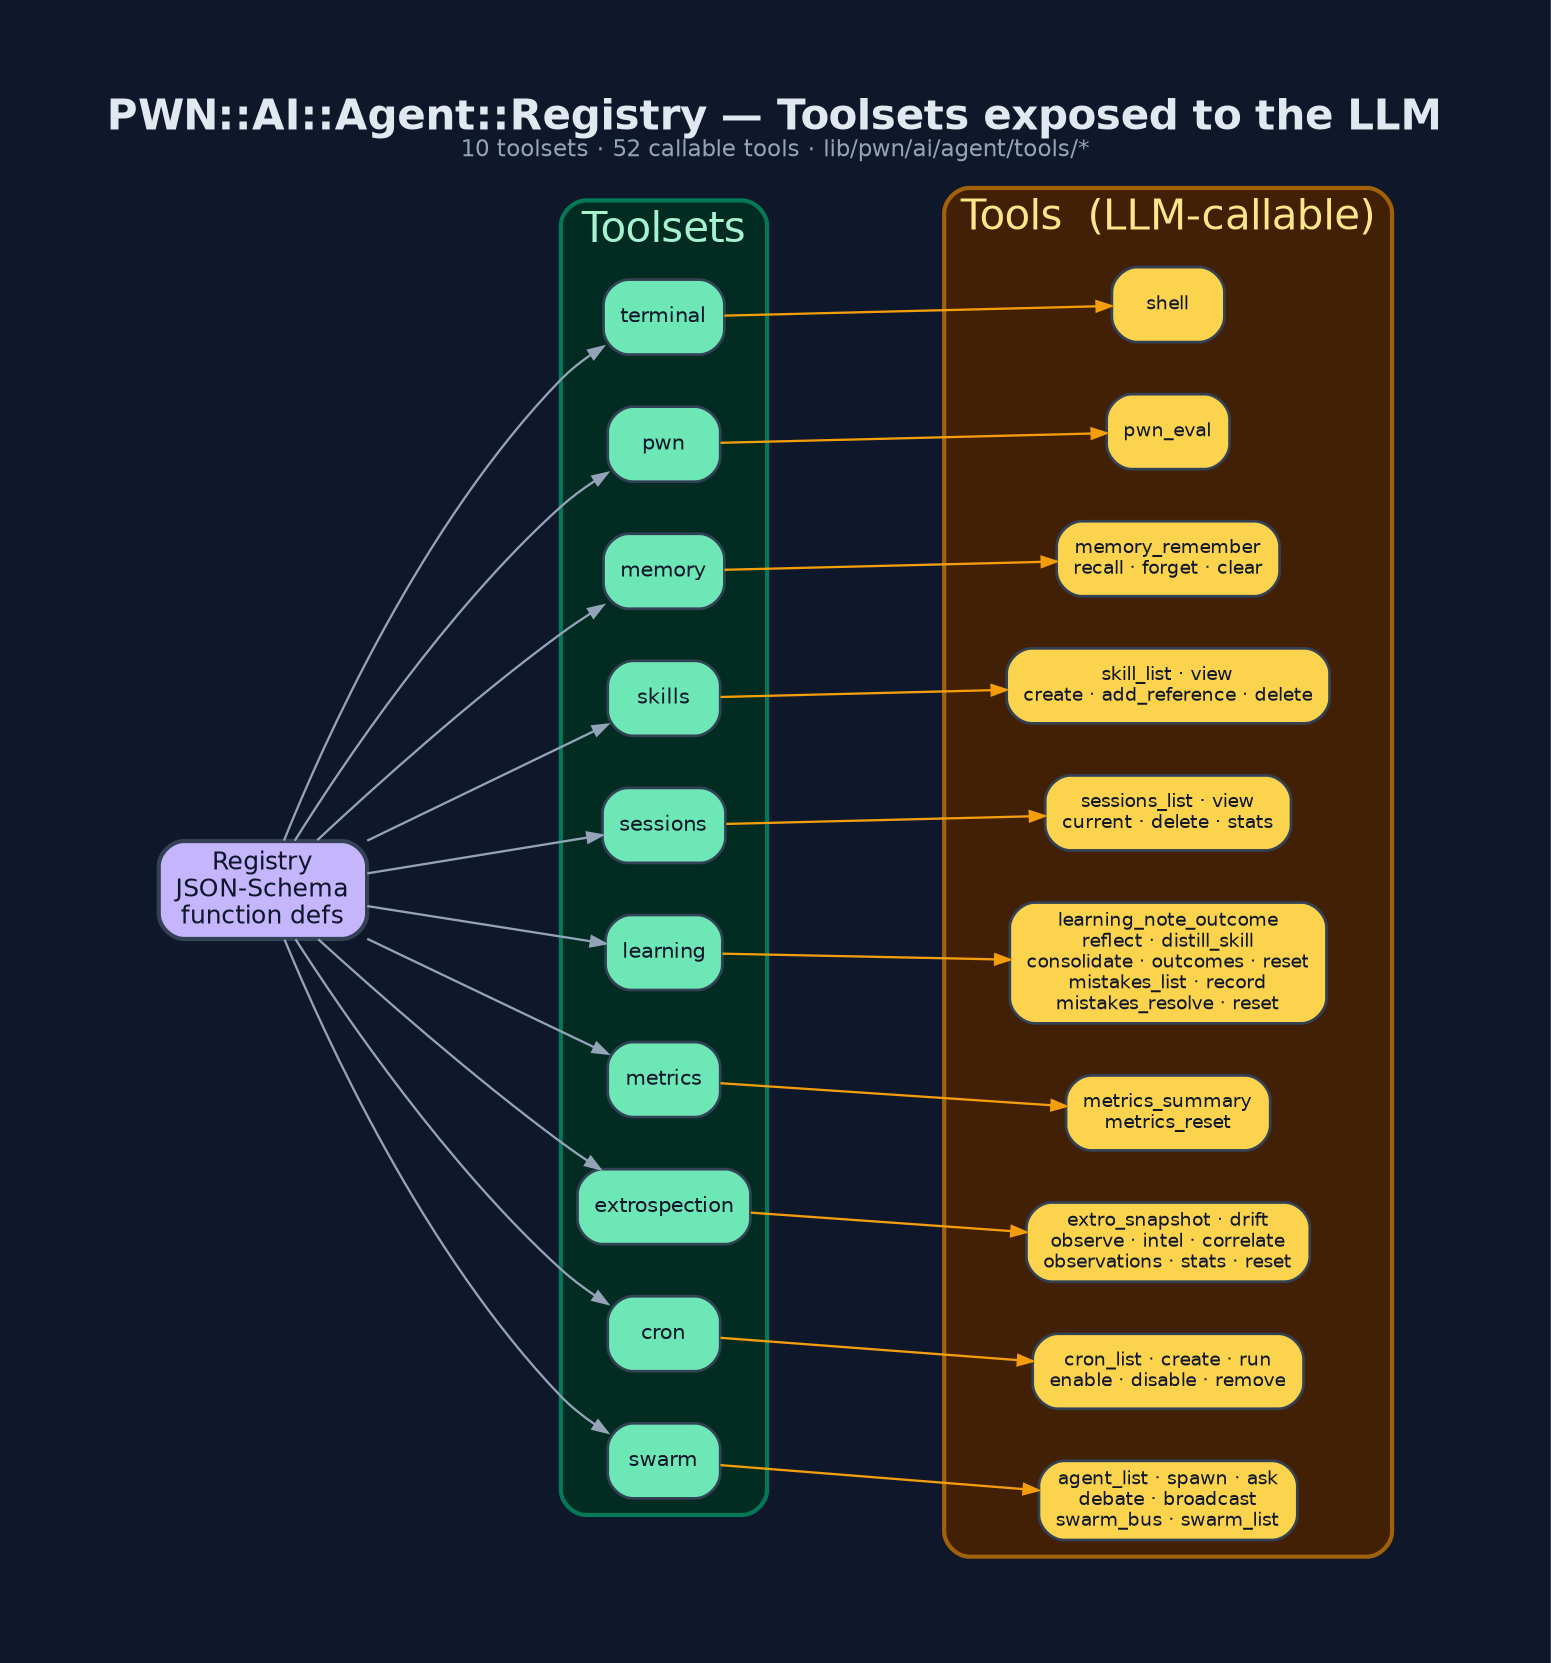
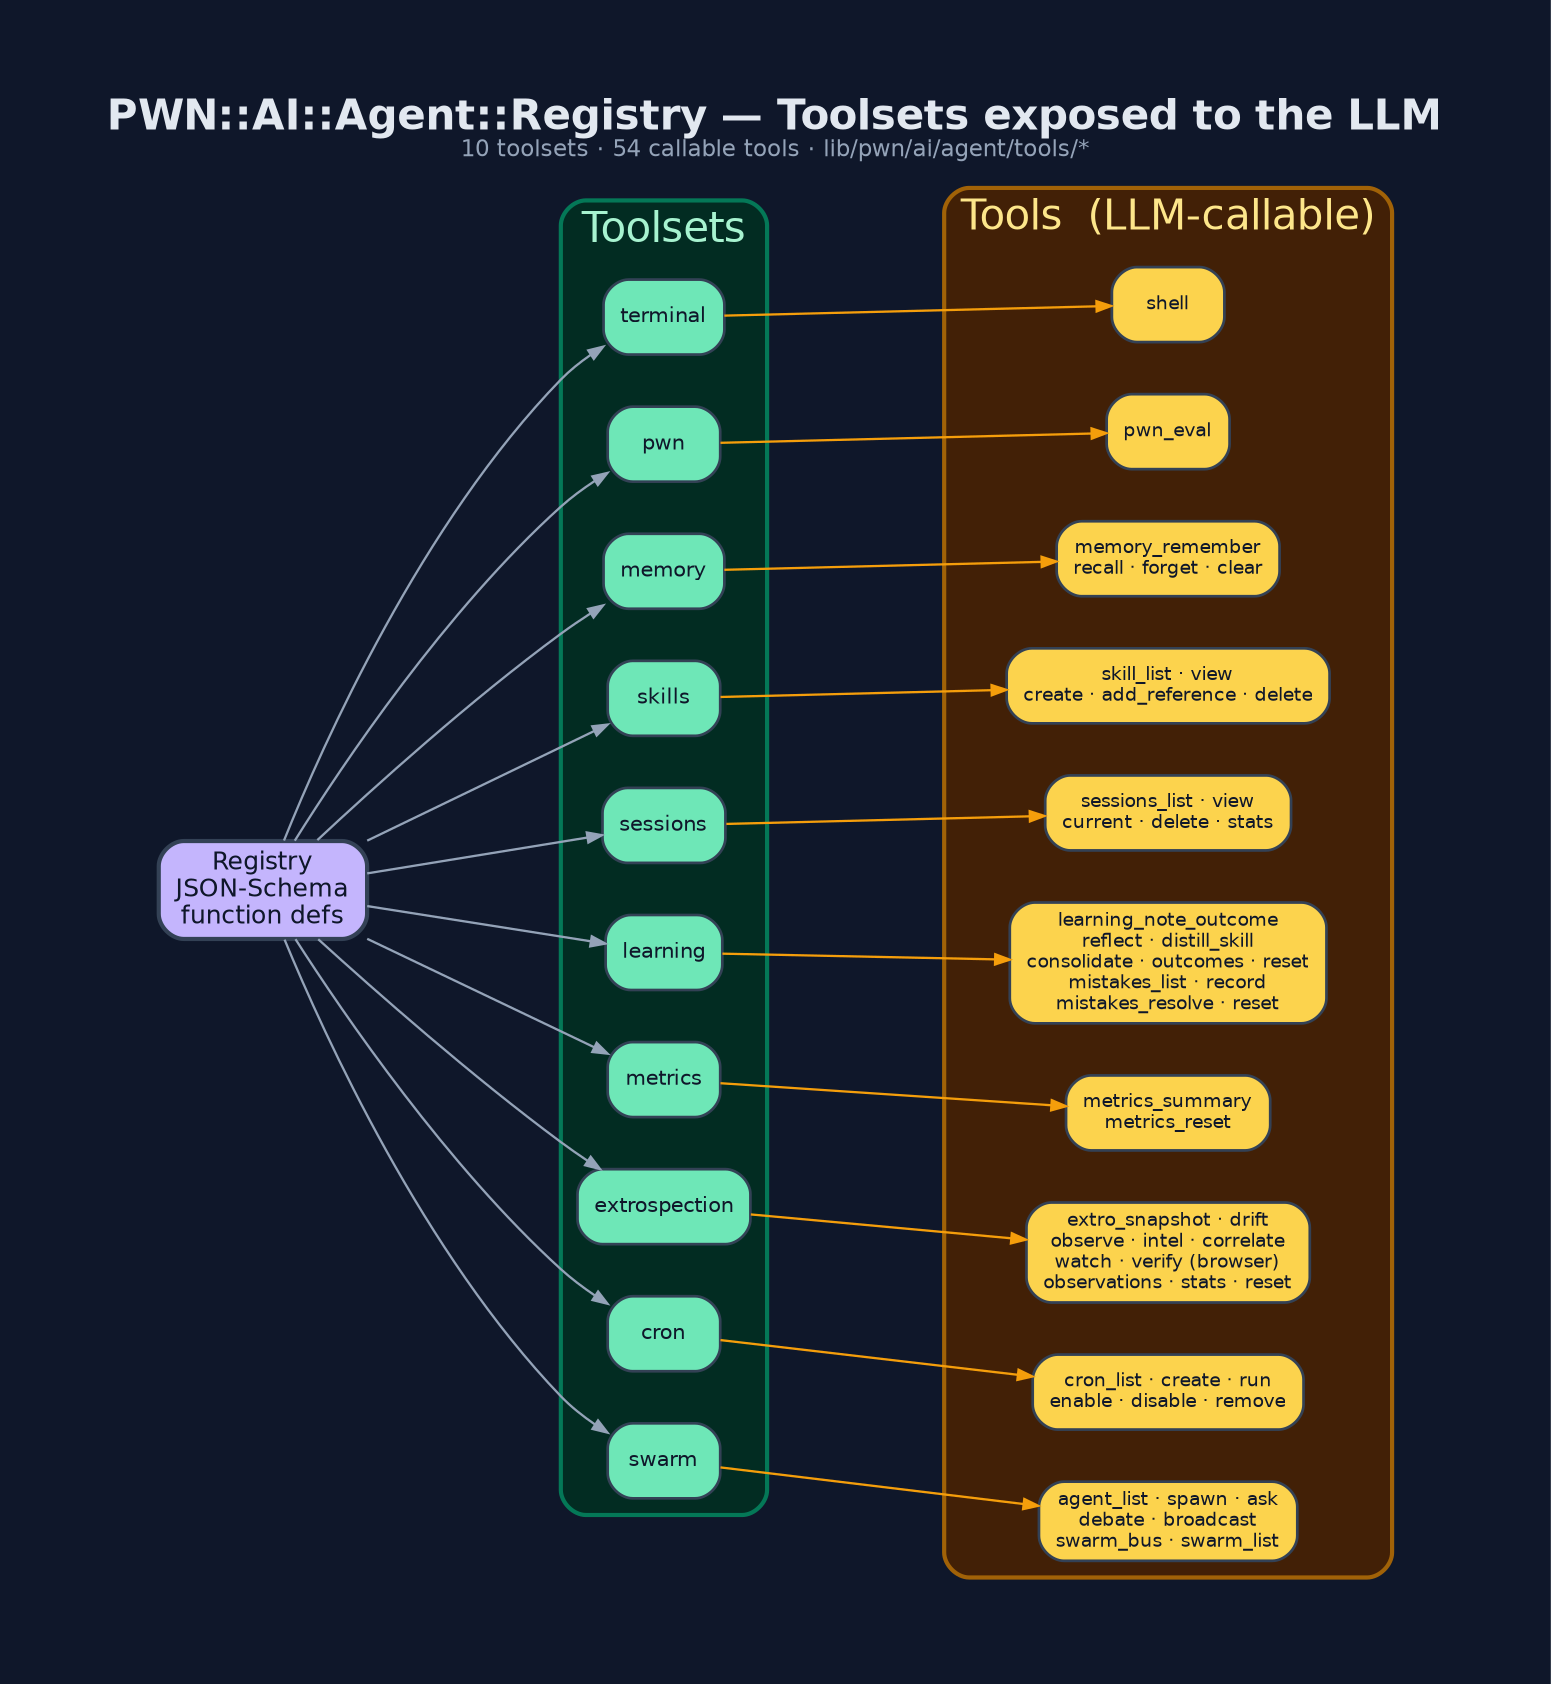
digraph "PWN_Agent_Tool_Registry" {
  graph [
-     label=<<B>PWN::AI::Agent::Registry — Toolsets exposed to the LLM</B><BR/><FONT POINT-SIZE="11" COLOR="#94a3b8">10 toolsets · 52 callable tools · lib/pwn/ai/agent/tools/*</FONT>>,
+     label=<<B>PWN::AI::Agent::Registry — Toolsets exposed to the LLM</B><BR/><FONT POINT-SIZE="11" COLOR="#94a3b8">10 toolsets · 54 callable tools · lib/pwn/ai/agent/tools/*</FONT>>,
    labelloc=t, fontsize=20, fontname="Helvetica",
    rankdir=LR, splines=spline, nodesep=0.35, ranksep=1.4,
    bgcolor="#0f172a", fontcolor="#e2e8f0", pad=0.6, newrank=true
  ];
  node [fontname="Helvetica", fontsize=10, style="filled,rounded",
        shape=box, penwidth=1.3, color="#334155", fontcolor="#0f172a"];
  edge [color="#94a3b8", penwidth=1.1, arrowsize=0.7];

  Registry [label="Registry\nJSON-Schema\nfunction defs", fillcolor="#c4b5fd", fontsize=12, penwidth=2];

  subgraph cluster_ts {
    label="Toolsets"; fontcolor="#a7f3d0"; style=rounded;
    color="#047857"; bgcolor="#022c22"; penwidth=2;
    terminal [label="terminal", fillcolor="#6ee7b7"];
    pwn      [label="pwn",      fillcolor="#6ee7b7"];
    memory   [label="memory",   fillcolor="#6ee7b7"];
    skills   [label="skills",   fillcolor="#6ee7b7"];
    sessions [label="sessions", fillcolor="#6ee7b7"];
    learning [label="learning", fillcolor="#6ee7b7"];
    metrics  [label="metrics",  fillcolor="#6ee7b7"];
    extro    [label="extrospection", fillcolor="#6ee7b7"];
    cron     [label="cron",     fillcolor="#6ee7b7"];
    swarm    [label="swarm",    fillcolor="#6ee7b7"];
  }

  subgraph cluster_tools {
    label="Tools  (LLM-callable)"; fontcolor="#fde68a"; style=rounded;
    color="#a16207"; bgcolor="#422006"; penwidth=2;
    node [fillcolor="#fcd34d", fontsize=9];
    t_shell   [label="shell"];
    t_eval    [label="pwn_eval"];
    t_mem     [label="memory_remember\nrecall · forget · clear"];
    t_skill   [label="skill_list · view\ncreate · add_reference · delete"];
    t_sess    [label="sessions_list · view\ncurrent · delete · stats"];
    t_learn   [label="learning_note_outcome\nreflect · distill_skill\nconsolidate · outcomes · reset\nmistakes_list · record\nmistakes_resolve · reset"];
    t_metric  [label="metrics_summary\nmetrics_reset"];
-     t_extro   [label="extro_snapshot · drift\nobserve · intel · correlate\nobservations · stats · reset"];
+     t_extro   [label="extro_snapshot · drift\nobserve · intel · correlate\nwatch · verify (browser)\nobservations · stats · reset"];
    t_cron    [label="cron_list · create · run\nenable · disable · remove"];
    t_swarm   [label="agent_list · spawn · ask\ndebate · broadcast\nswarm_bus · swarm_list"];
  }

  Registry -> terminal; Registry -> pwn; Registry -> memory;
  Registry -> skills; Registry -> sessions; Registry -> learning;
  Registry -> metrics; Registry -> extro; Registry -> cron; Registry -> swarm;

  terminal -> t_shell  [color="#f59e0b"];
  pwn      -> t_eval   [color="#f59e0b"];
  memory   -> t_mem    [color="#f59e0b"];
  skills   -> t_skill  [color="#f59e0b"];
  sessions -> t_sess   [color="#f59e0b"];
  learning -> t_learn  [color="#f59e0b"];
  metrics  -> t_metric [color="#f59e0b"];
  extro    -> t_extro  [color="#f59e0b"];
  cron     -> t_cron   [color="#f59e0b"];
  swarm    -> t_swarm  [color="#f59e0b"];
}
